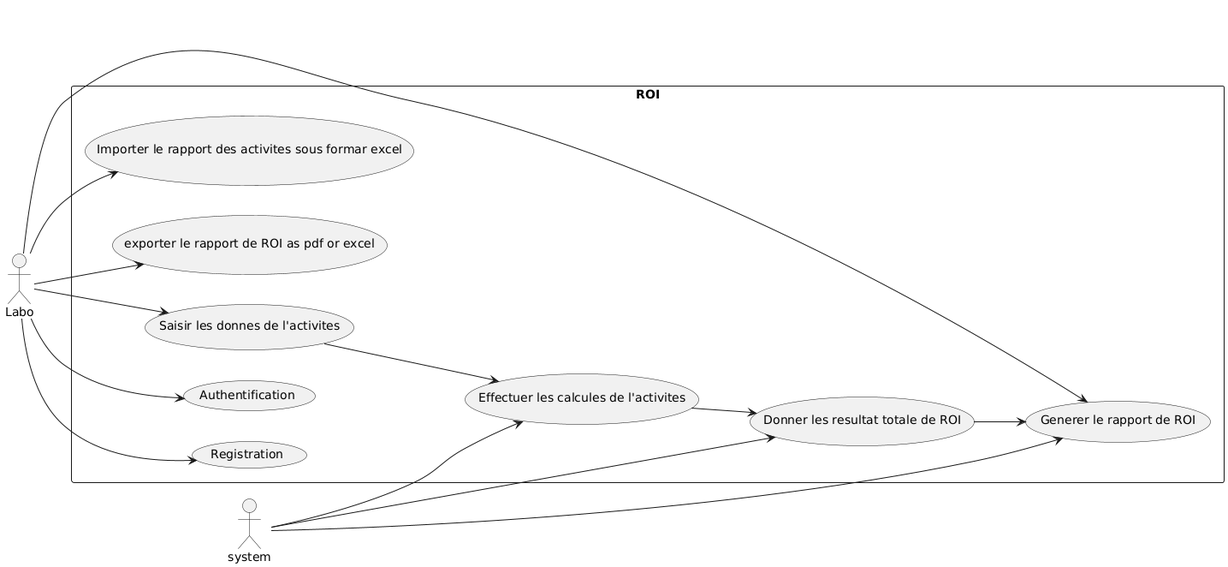
Earlier version of the PlantUML export USECASE.png (ibrahimbenmagha/ROI).
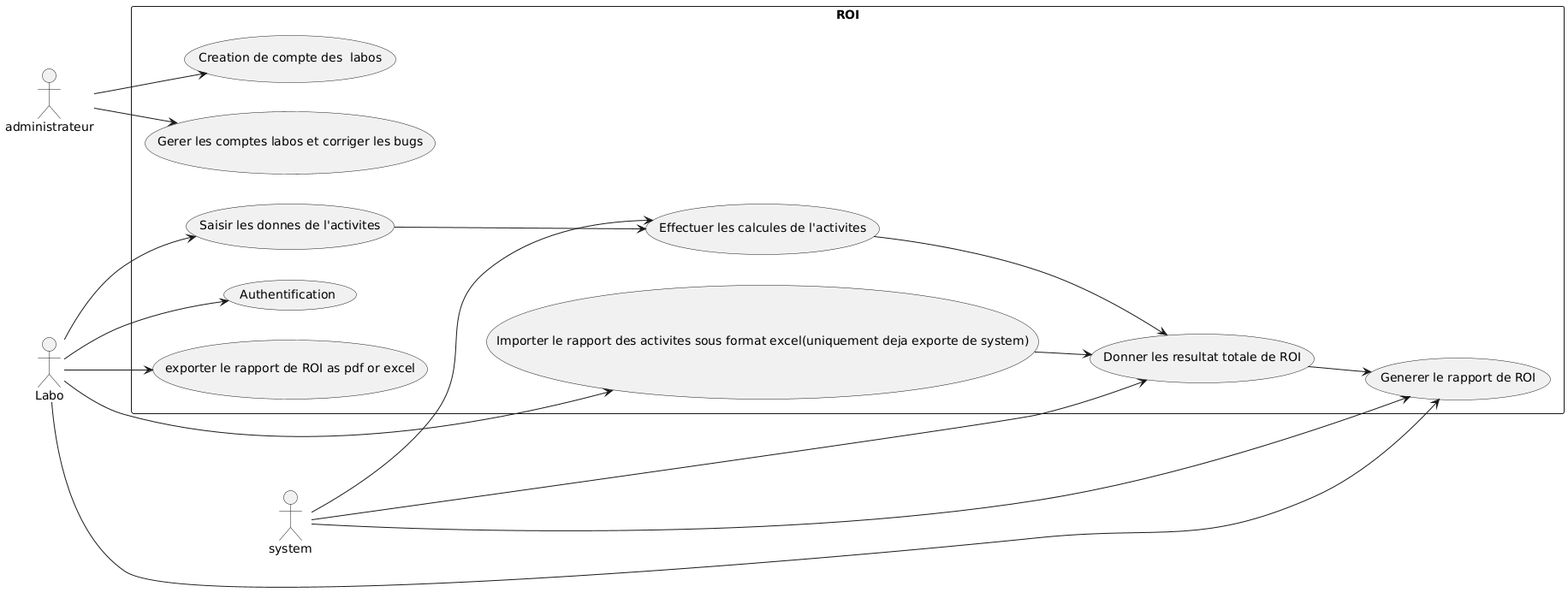
Later version of the same file.

Commit message:
Usecase diagramme

Diff of the diagram source:
```diff
@@ -2,28 +2,32 @@
 left to right direction
 actor "Labo" as LB
 actor "system" as SY
+actor "administrateur" as ADMIN
 rectangle ROI {
-  usecase "Registration" as UC1
+  usecase "Creation de compte des  labos" as UC1
   usecase "Authentification" as UC2
   usecase "Saisir les donnes de l'activites" as UC3
   usecase "Effectuer les calcules de l'activites" as UC4
   usecase "Donner les resultat totale de ROI" as UC5
   usecase "Generer le rapport de ROI" as UC6
   usecase "exporter le rapport de ROI as pdf or excel" as UC7
-  usecase "Importer le rapport des activites sous formar excel" as UC8
+  usecase "Importer le rapport des activites sous format excel(uniquement deja exporte de system)" as UC8
+  usecase "Gerer les comptes labos et corriger les bugs" as UC9
 }
-LB --> UC1
-LB --> UC2
-LB --> UC3
-SY --> UC4
-SY --> UC5
-SY --> UC6
-LB --> UC6
-LB --> UC7
-LB --> UC8
+ADMIN --> UC1
+LB    --> UC2
+LB    --> UC3
+SY    --> UC4
+SY    --> UC5
+SY    --> UC6
+LB    --> UC6
+LB    --> UC7
+LB    --> UC8
+ADMIN --> UC9
 
 
 UC3 --> UC4
 UC4 --> UC5
 UC5 --> UC6
+UC8 --> UC5
 @enduml
```
